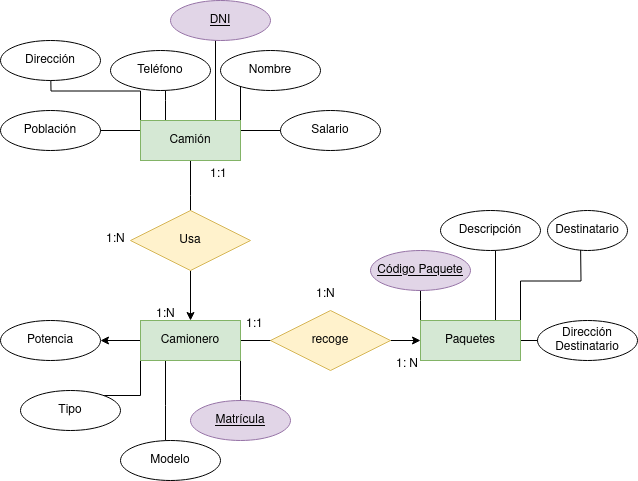
Above: Unidad-1/Tareas/Tarea-4/Tarea4.drawio.png in jdrguez/2-Daw (draw.io), before the change. Source tidied: cells renumbered, new cells last; positions are measured from the earlier drawing's top-left corner, leaving out a move shared by most shapes.
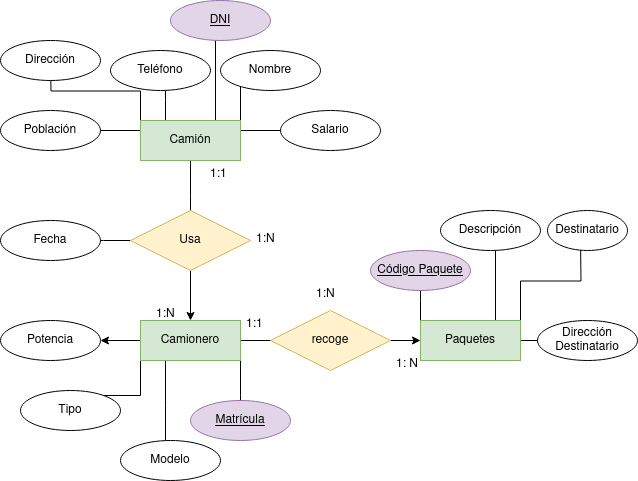
After the change.

What changed in the source:
```diff
@@ -69,6 +69,11 @@
     <mxCell id="16" style="edgeStyle=orthogonalEdgeStyle;rounded=0;jettySize=auto;html=1;exitX=0.5;exitY=1;exitDx=0;exitDy=0;" parent="1" edge="1" source="17" target="7">
       <mxGeometry relative="1" as="geometry" />
     </mxCell>
+    <mxCell id="45" style="edgeStyle=orthogonalEdgeStyle;rounded=0;jettySize=auto;html=1;exitX=0;exitY=0.5;exitDx=0;exitDy=0;" parent="1" edge="1" source="17">
+      <mxGeometry relative="1" as="geometry">
+        <mxPoint x="75" y="240" as="targetPoint" />
+      </mxGeometry>
+    </mxCell>
     <mxCell id="17" value="&lt;div&gt;Usa&lt;/div&gt;" style="shape=rhombus;perimeter=rhombusPerimeter;whiteSpace=wrap;html=1;align=center;fillColor=#fff2cc;strokeColor=#d6b656;" parent="1" vertex="1">
       <mxGeometry x="130" y="210" width="120" height="60" as="geometry" />
     </mxCell>
@@ -150,7 +155,7 @@
       <mxGeometry x="204" y="160" width="40" height="30" as="geometry" />
     </mxCell>
     <mxCell id="41" value="1:N" style="text;strokeColor=none;fillColor=none;spacingLeft=4;spacingRight=4;overflow=hidden;fontSize=12;whiteSpace=wrap;html=1;" parent="1" vertex="1">
-      <mxGeometry x="100" y="225" width="40" height="30" as="geometry" />
+      <mxGeometry x="250" y="225" width="40" height="30" as="geometry" />
     </mxCell>
     <mxCell id="42" value="1: N" style="text;strokeColor=none;fillColor=none;spacingLeft=4;spacingRight=4;overflow=hidden;fontSize=12;whiteSpace=wrap;html=1;" parent="1" vertex="1">
       <mxGeometry x="390" y="350" width="40" height="30" as="geometry" />
@@ -161,5 +166,8 @@
     <mxCell id="44" value="1:N" style="text;strokeColor=none;fillColor=none;spacingLeft=4;spacingRight=4;overflow=hidden;fontSize=12;whiteSpace=wrap;html=1;" parent="1" vertex="1">
       <mxGeometry x="310" y="280" width="40" height="30" as="geometry" />
     </mxCell>
+    <mxCell id="46" value="Fecha" style="ellipse;whiteSpace=wrap;html=1;align=center;" parent="1" vertex="1">
+      <mxGeometry y="220" width="100" height="40" as="geometry" />
+    </mxCell>
   </root>
 </mxGraphModel>
```
